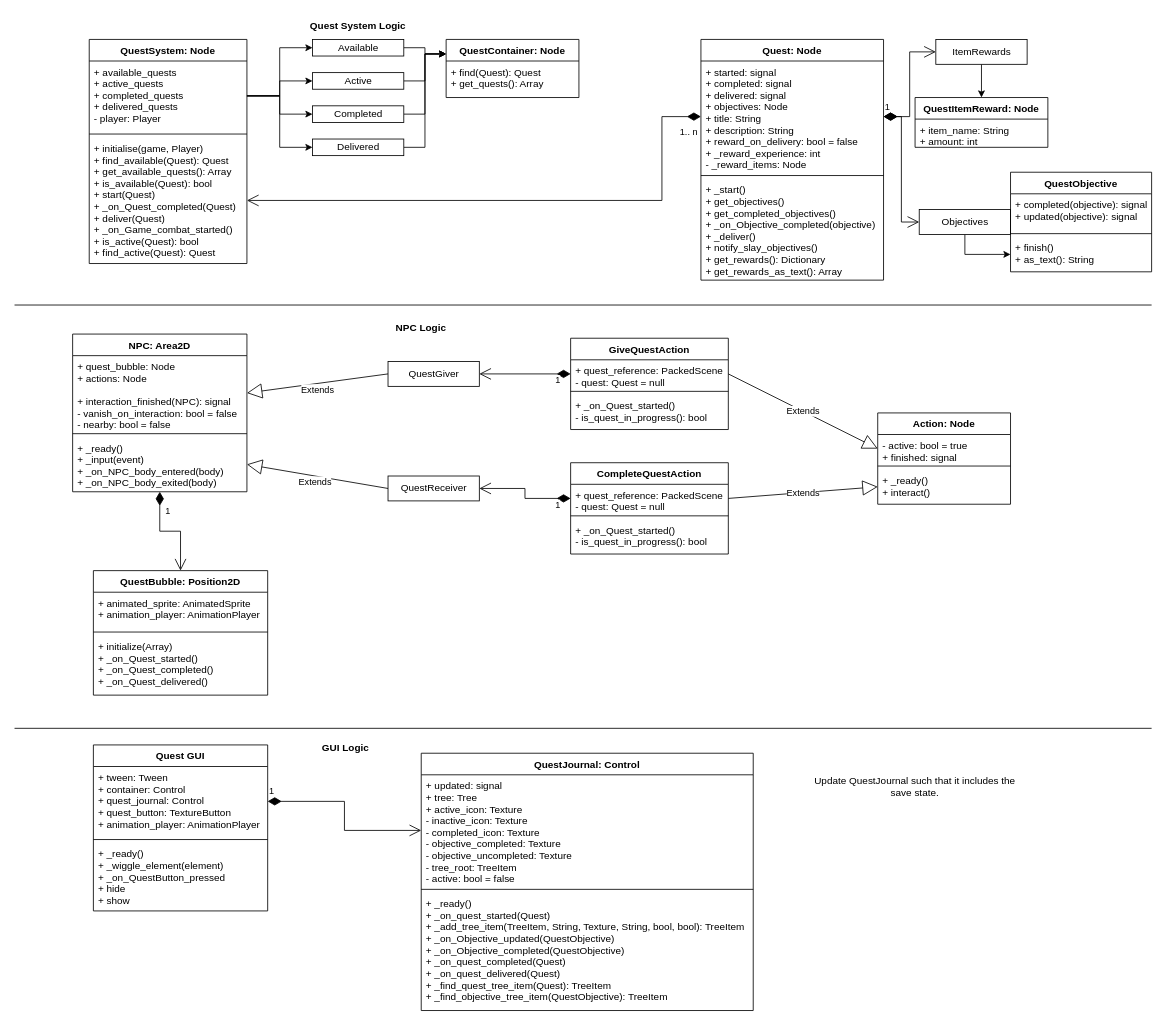
Above: Documentation/Quest Diagram.drawio in onepersonhere/JavaBean (draw.io), before the change. Source tidied: cells renumbered, new cells numbered last; positions are measured from the earlier drawing's top-left corner, leaving out a move shared by most shapes. Both pictures are drawn from the tidied source at 83%, with x=0, y=0 at pixel (14, 14).
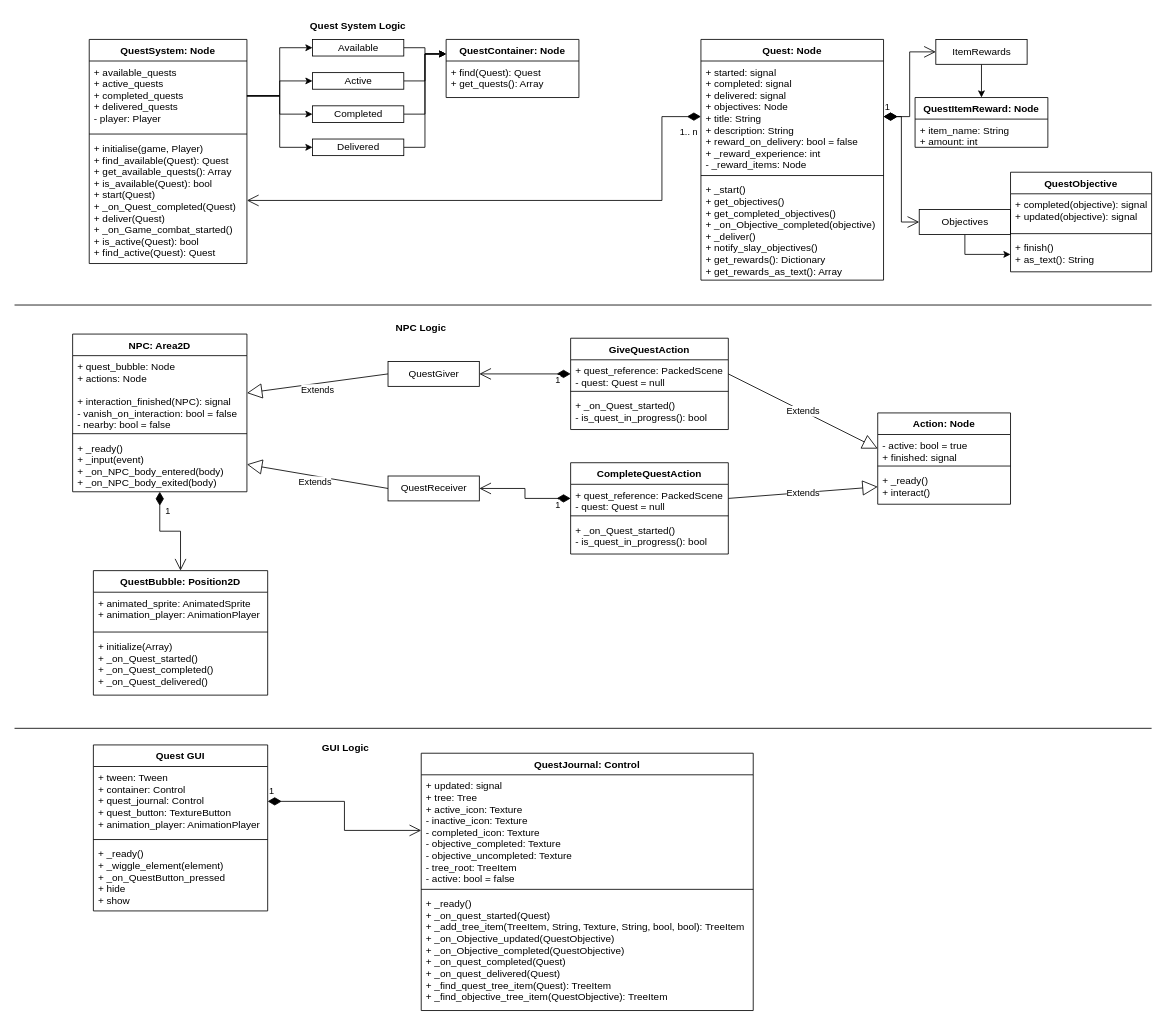
The same page after the edit.

Change to the diagram source:
```diff
@@
-    <mxCell id="80" value="Update QuestJournal such that it includes the save state." style="text;html=1;strokeColor=none;fillColor=none;align=center;verticalAlign=middle;whiteSpace=wrap;rounded=0;" parent="1" vertex="1">
-      <mxGeometry x="960" y="890" width="250" height="80" as="geometry" />
-    </mxCell>
```
